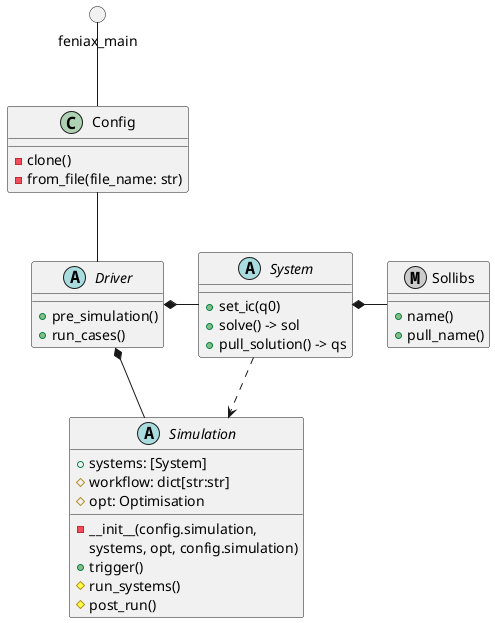
Earlier version of the PlantUML export docs/images/abstract_classes.png (ACea15/FENIAX). Source of this version:
```plantuml
@startuml
circle feniax_main
class Config {
	-clone()
	-from_file(file_name: str)
	}

abstract Driver {
          +pre_simulation()
          +run_cases()
  }

abstract class Simulation {
        +systems: [System]
        #workflow: dict[str:str]
        #opt: Optimisation
        -__init__(config.simulation,
        systems, opt, config.simulation)
        +trigger()
        #run_systems()
        #post_run()
}

abstract class System {
        +set_ic(q0)
        +solve() -> sol
        +pull_solution() -> qs
}

metaclass Sollibs {
        +name()
        +pull_name()
}
feniax_main -- Config
Config -- Driver
Driver  *-- Simulation
Driver  *- System
System  *- Sollibs
System ..> Simulation
@enduml
```
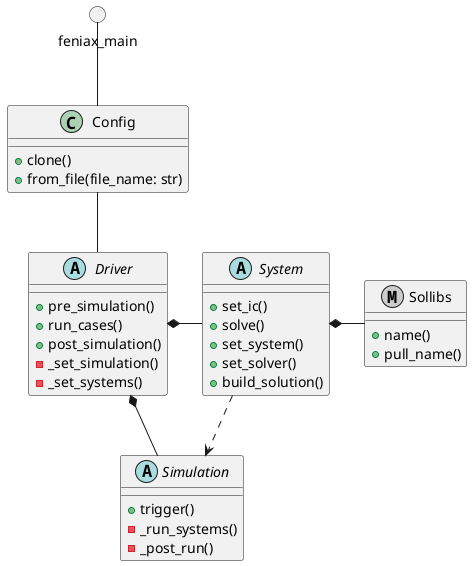
The same diagram one commit later.

Change to the diagram source:
```diff
@@ -1,30 +1,30 @@
 @startuml
 circle feniax_main
 class Config {
-	-clone()
-	-from_file(file_name: str)
+	+clone()
+	+from_file(file_name: str)
 	}
 
 abstract Driver {
           +pre_simulation()
           +run_cases()
+          +post_simulation()
+          -_set_simulation()
+          -_set_systems()
   }
 
 abstract class Simulation {
-        +systems: [System]
-        #workflow: dict[str:str]
-        #opt: Optimisation
-        -__init__(config.simulation,
-        systems, opt, config.simulation)
         +trigger()
-        #run_systems()
-        #post_run()
+        -_run_systems()
+        -_post_run()
 }
 
 abstract class System {
-        +set_ic(q0)
-        +solve() -> sol
-        +pull_solution() -> qs
+		+set_ic()
+		+solve()
+		+set_system()
+		+set_solver()
+		+build_solution()
 }
 
 metaclass Sollibs {
```
